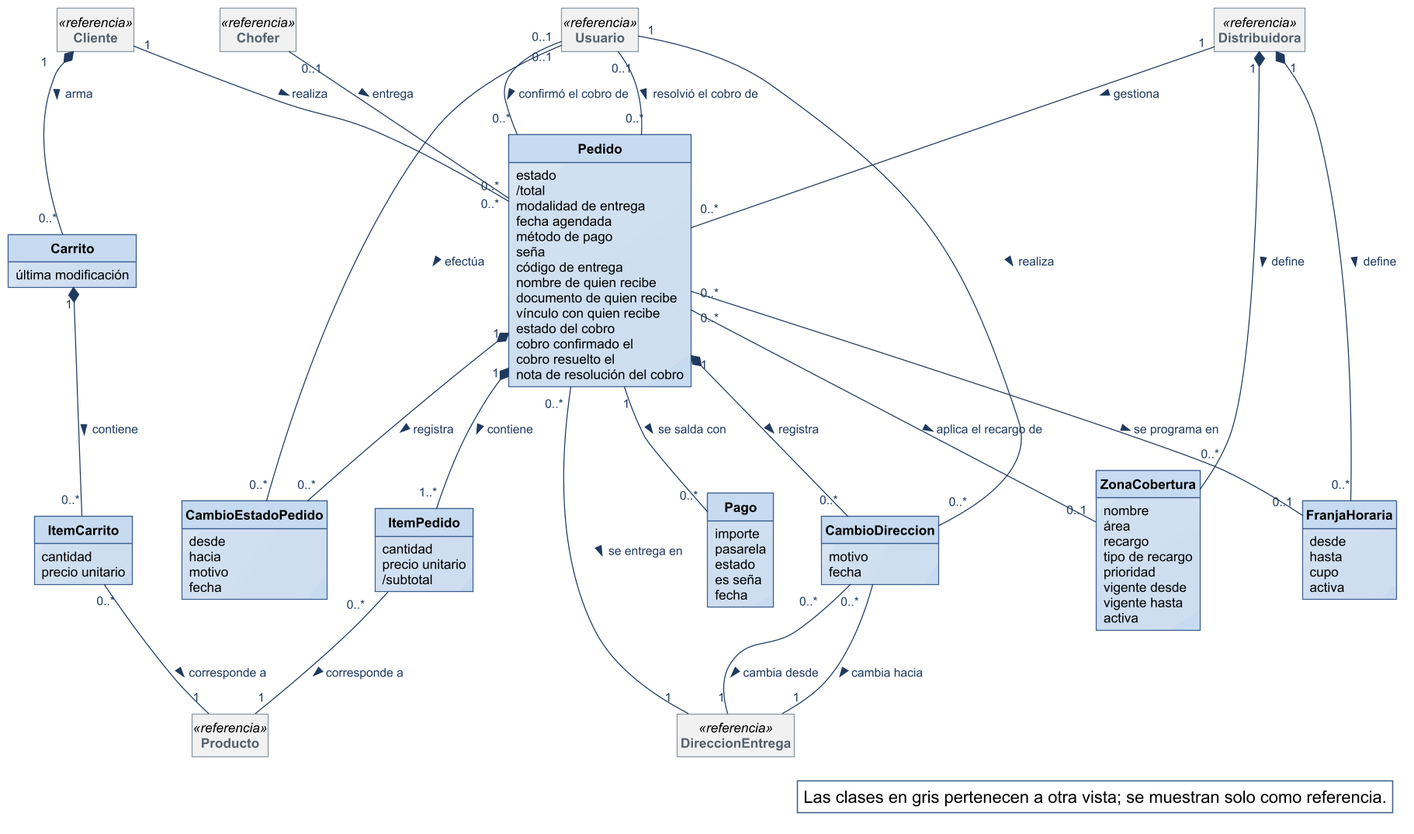
Above: diagramas/modelo-conceptual/MC_Pedidos.png in Nahuelito-Dev/splg-docs (PlantUML), before the change.
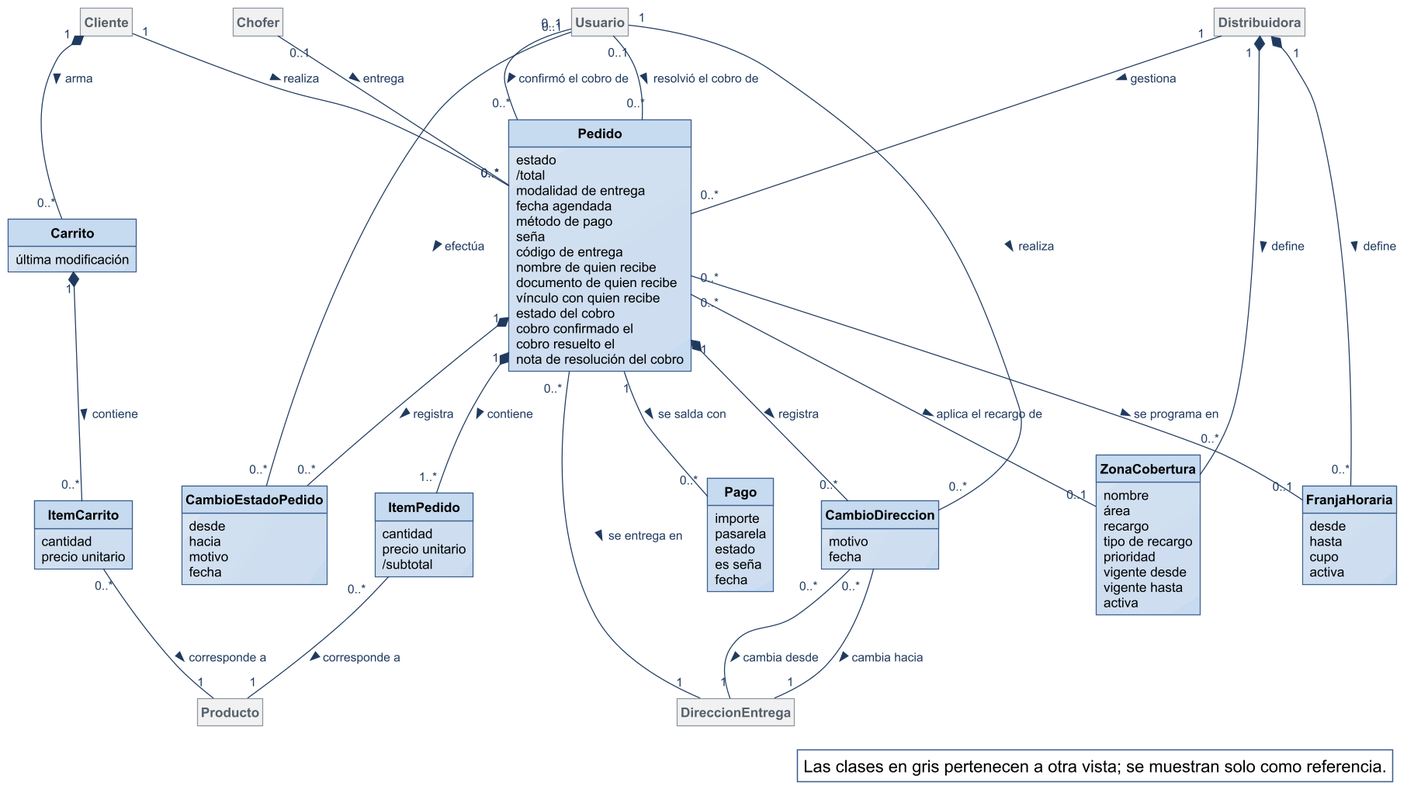
After the commit.

Change to the diagram source:
```diff
@@ -2,11 +2,6 @@
 !include ../estilo-vp.iuml
 skinparam nodesep 40
 skinparam ranksep 55
-skinparam class<<referencia>> {
-  BackgroundColor #F1F1F1
-  BorderColor #8A97A3
-  FontColor #55616C
-}
 skinparam packageStyle rectangle
 hide circle
 hide methods
@@ -73,12 +68,12 @@
   es seña
   fecha
 }
-class Cliente <<referencia>>
-class Chofer <<referencia>>
-class Producto <<referencia>>
-class DireccionEntrega <<referencia>>
-class Usuario <<referencia>>
-class Distribuidora <<referencia>>
+class Cliente #F1F1F1;line:8A97A3;text:55616C
+class Chofer #F1F1F1;line:8A97A3;text:55616C
+class Producto #F1F1F1;line:8A97A3;text:55616C
+class DireccionEntrega #F1F1F1;line:8A97A3;text:55616C
+class Usuario #F1F1F1;line:8A97A3;text:55616C
+class Distribuidora #F1F1F1;line:8A97A3;text:55616C
 
 
 Distribuidora "1" -- "0..*" Pedido : gestiona >
```
